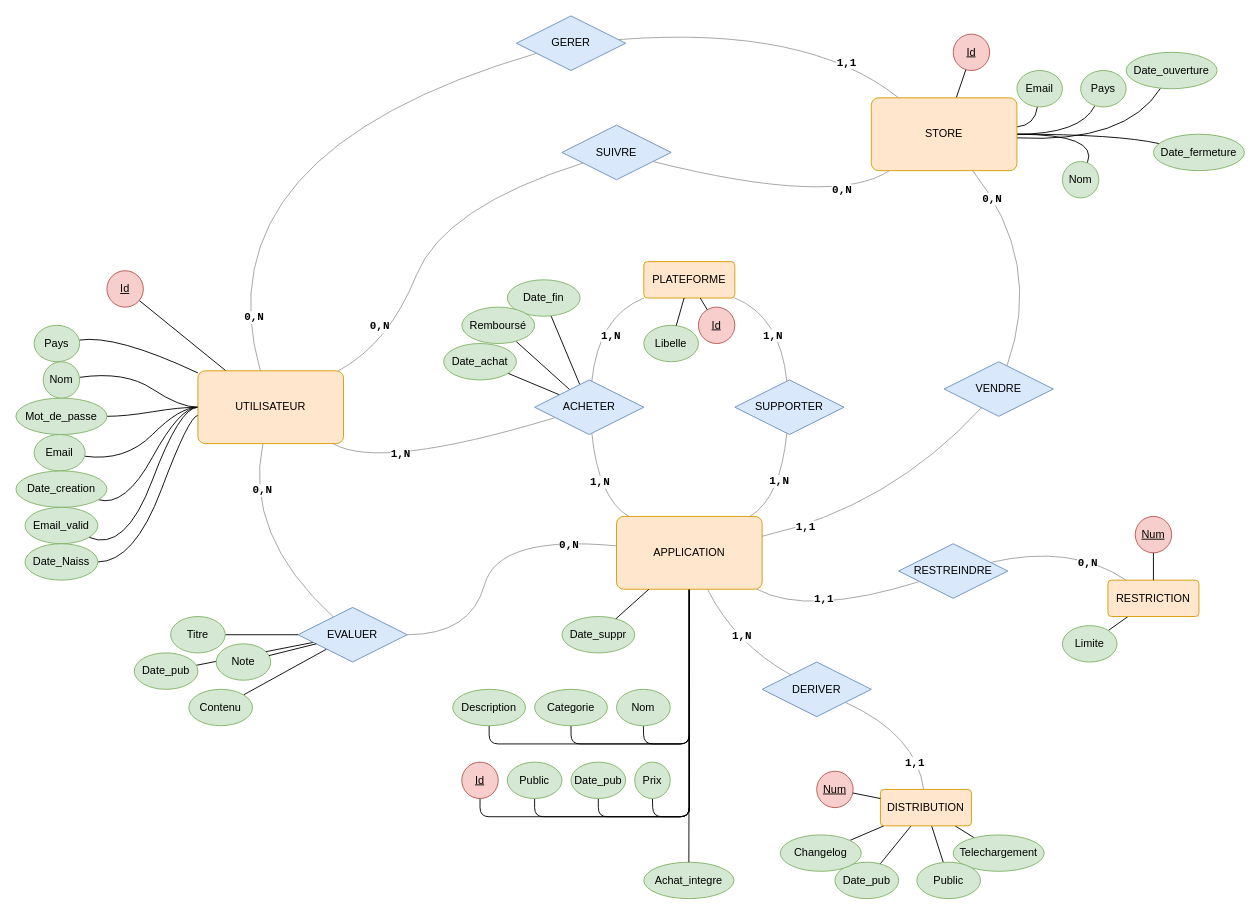
Above: schema.drawio in UVSQ-22400381/projet-bdd (draw.io), before the change. Source tidied: cells renumbered, new cells numbered last; positions are measured from the earlier drawing's top-left corner, leaving out a move shared by most shapes. Both pictures are drawn from the tidied source at 91%, with x=0, y=0 at pixel (15, 15).
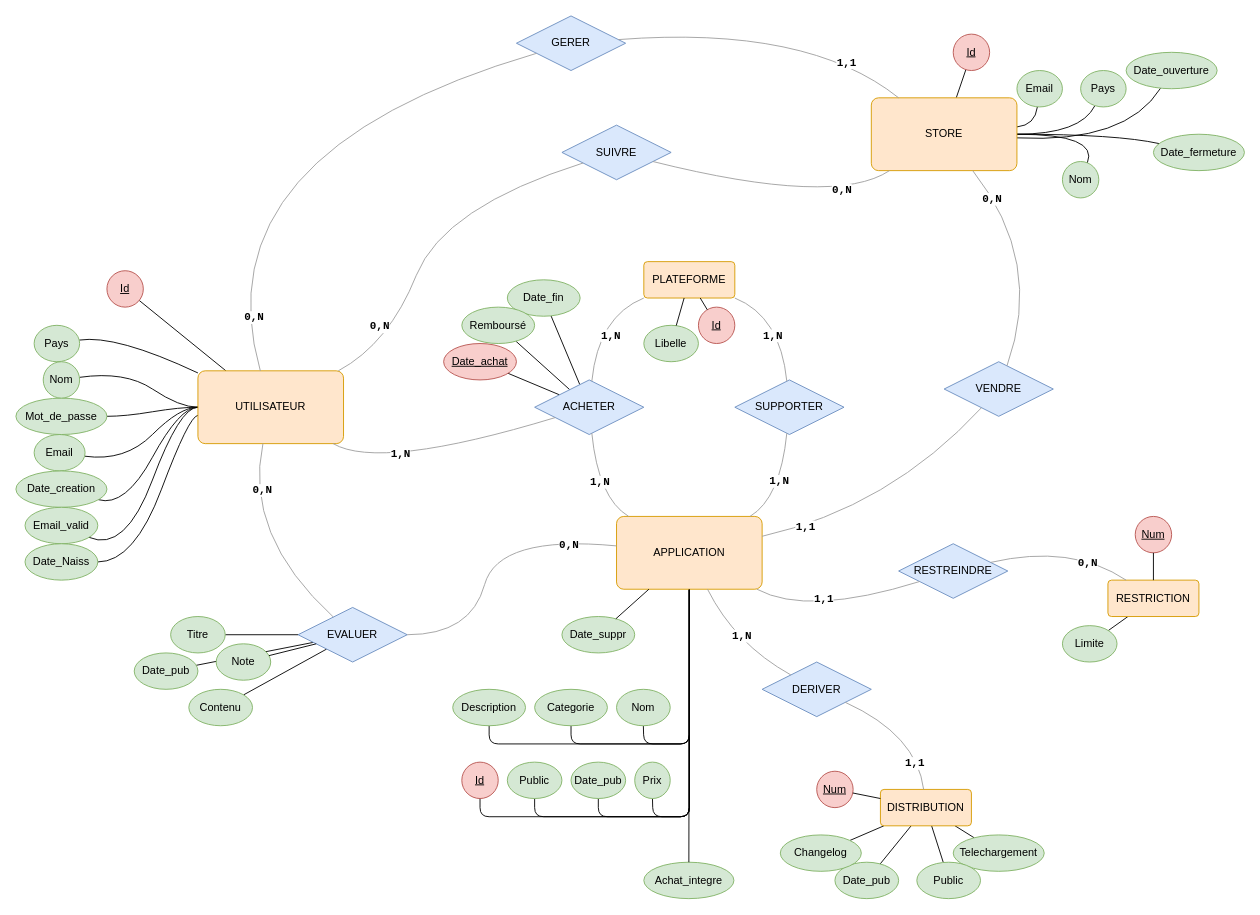
The same diagram, later.

Commit message:
Ajout de la date à la clef primaire des achats

Change to the diagram source:
```diff
@@
-    <mxCell id="80" value="&lt;div&gt;Date_achat&lt;/div&gt;" style="ellipse;whiteSpace=wrap;html=1;align=center;fillColor=#d5e8d4;strokeColor=#82b366;" parent="1" vertex="1">
+    <mxCell id="80" value="&lt;div&gt;&lt;u&gt;Date_achat&lt;/u&gt;&lt;/div&gt;" style="ellipse;whiteSpace=wrap;html=1;align=center;fillColor=#f8cecc;strokeColor=#b85450;" parent="1" vertex="1">
       <mxGeometry x="470" y="360" width="80" height="40" as="geometry" />
     </mxCell>
```
